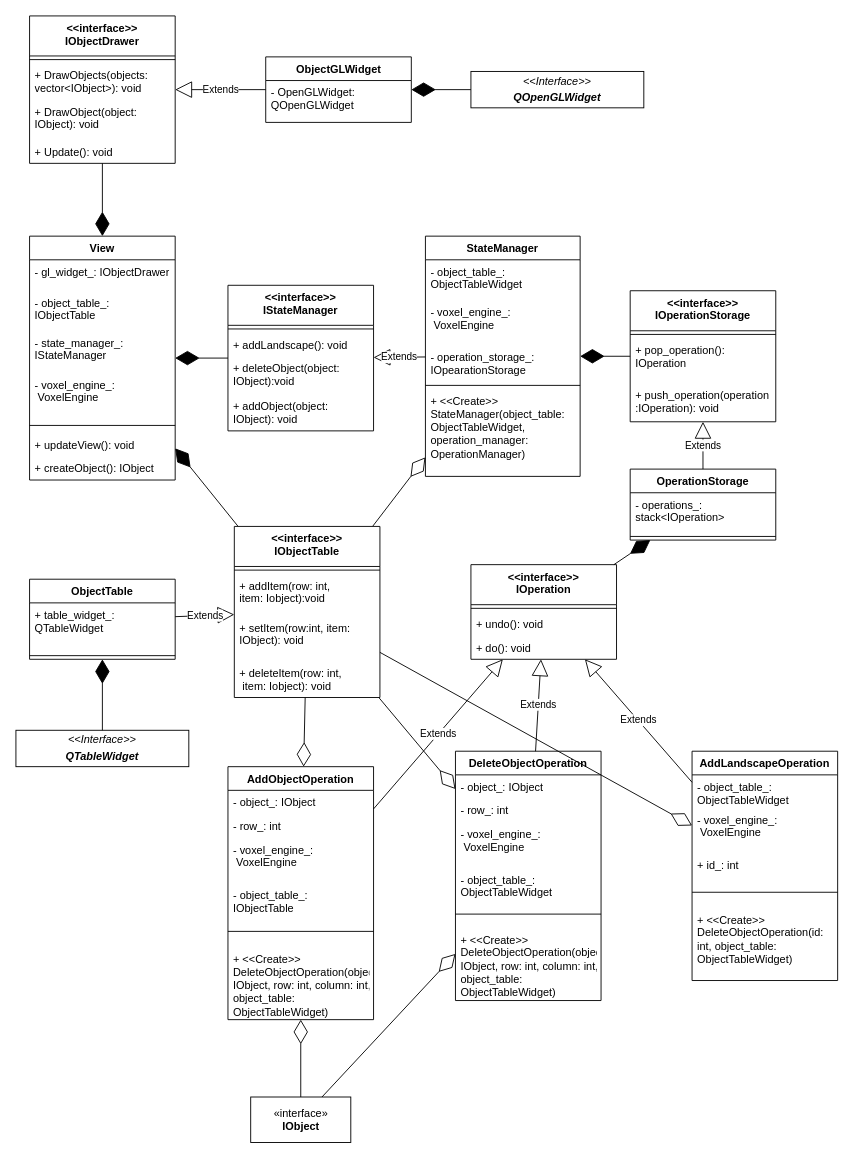
This is page "View" (3 of 4) of doc/VoxelEngine.drawio from cpp-park-vk-education/2023_1_Blockify, a draw.io file, before an edit. Source tidied: cells renumbered, new cells numbered last; positions are measured from the earlier drawing's top-left corner, leaving out a move shared by most shapes. Both pictures are drawn from the tidied source at 91%, with x=0, y=0 at pixel (15, 15).
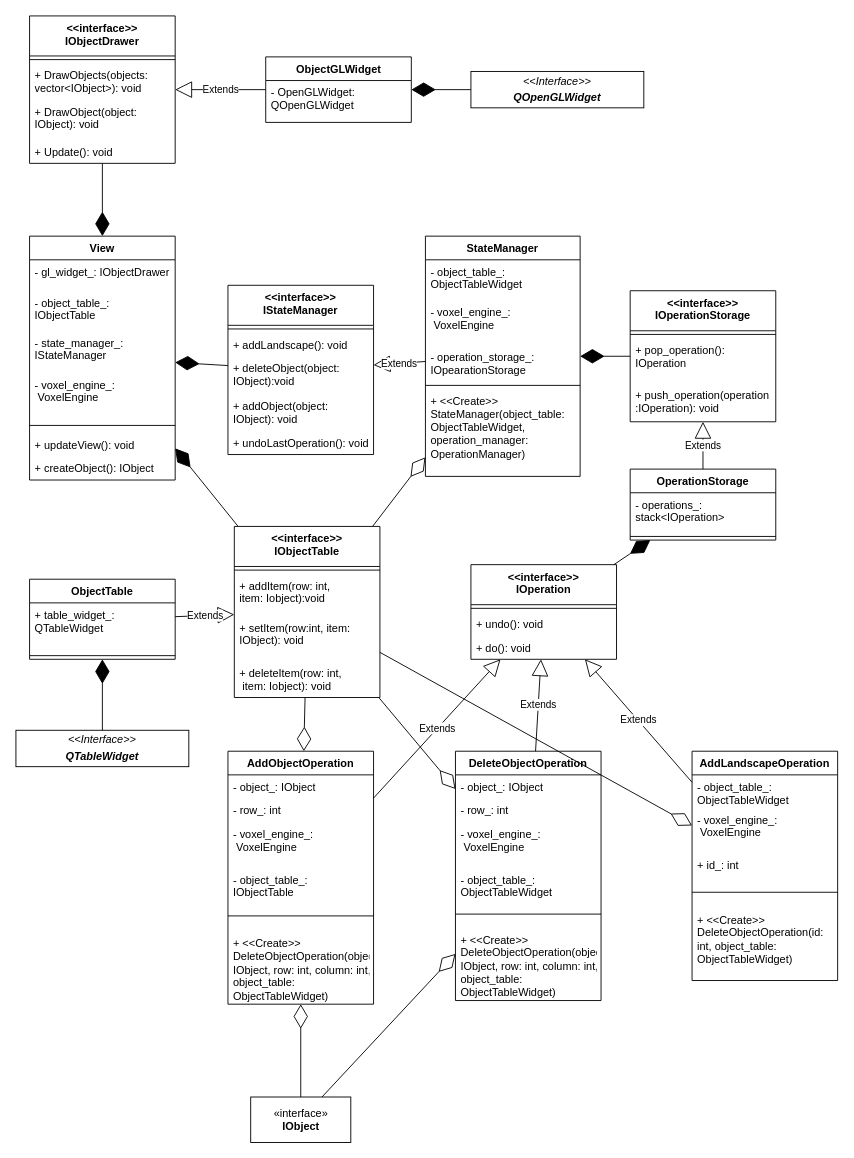
After the change.

Commit message (it also covers changes not shown here):
update view uml

Diff of the diagram source:
```diff
@@
     <mxCell id="24" value="AddObjectOperation" style="swimlane;fontStyle=1;align=center;verticalAlign=top;horizontal=1;startSize=26;whiteSpace=wrap;html=1;" parent="1" vertex="1">
-      <mxGeometry x="233" y="825" width="160" height="278" as="geometry" />
+      <mxGeometry x="233" y="808" width="160" height="278" as="geometry" />
     </mxCell>
@@
     <mxCell id="84" value="&amp;lt;&amp;lt;interface&amp;gt;&amp;gt;&lt;br&gt;IStateManager" style="swimlane;fontStyle=1;align=center;verticalAlign=top;horizontal=1;startSize=44;whiteSpace=wrap;html=1;" parent="1" vertex="1">
-      <mxGeometry x="233" y="296" width="160" height="160" as="geometry" />
+      <mxGeometry x="233" y="296" width="160" height="186" as="geometry" />
     </mxCell>
@@
+    <mxCell id="90" value="+ undoLastOperation(): void" style="text;strokeColor=none;fillColor=none;align=left;verticalAlign=top;spacingLeft=4;spacingRight=4;overflow=hidden;" parent="84" vertex="1">
+      <mxGeometry y="160" width="160" height="26" as="geometry" />
+    </mxCell>
```
